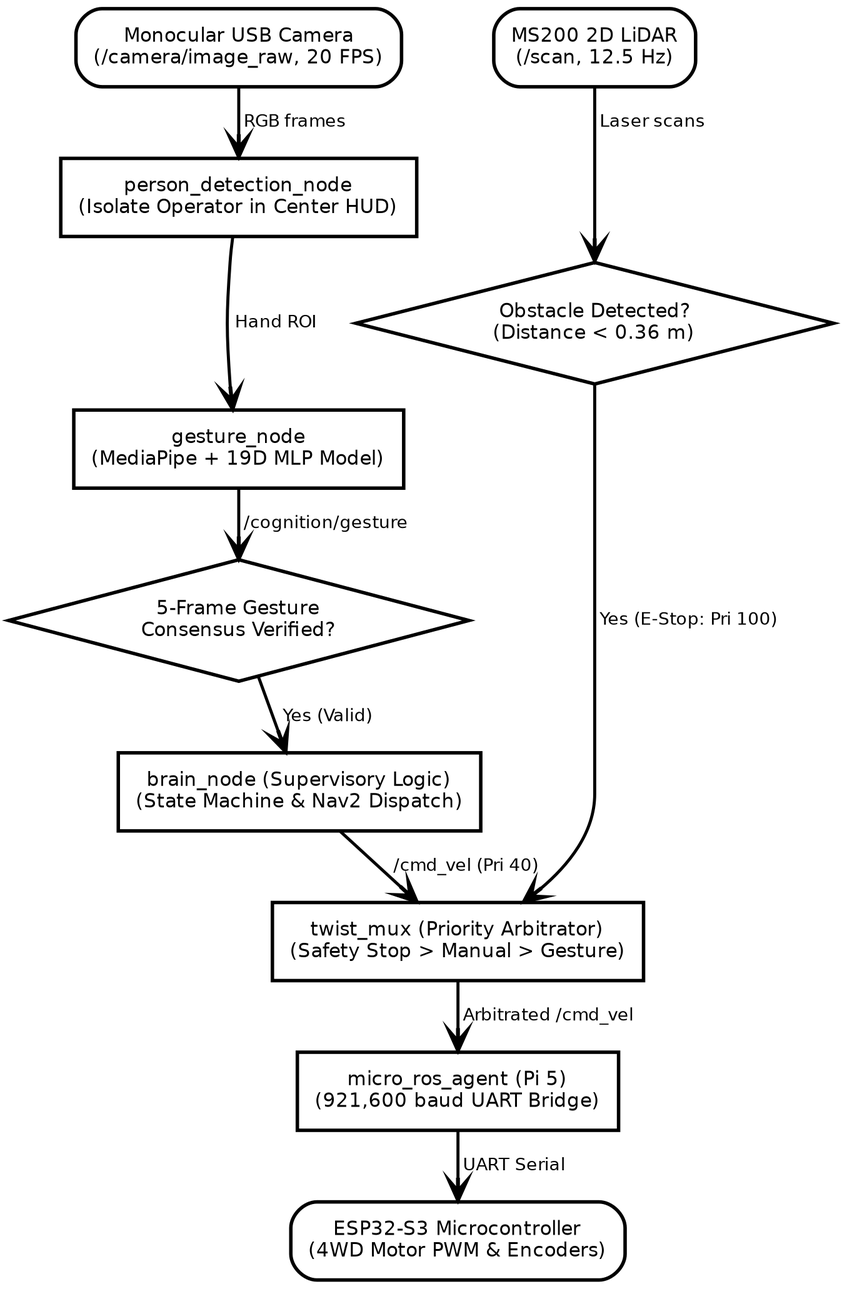
Before: write_up/figures/software_flowchart.png, a diagram exported from Graphviz (AJFACULTY/Intention-Recognition). Its source is kept beside it as write_up/figures/software_flowchart.dot.
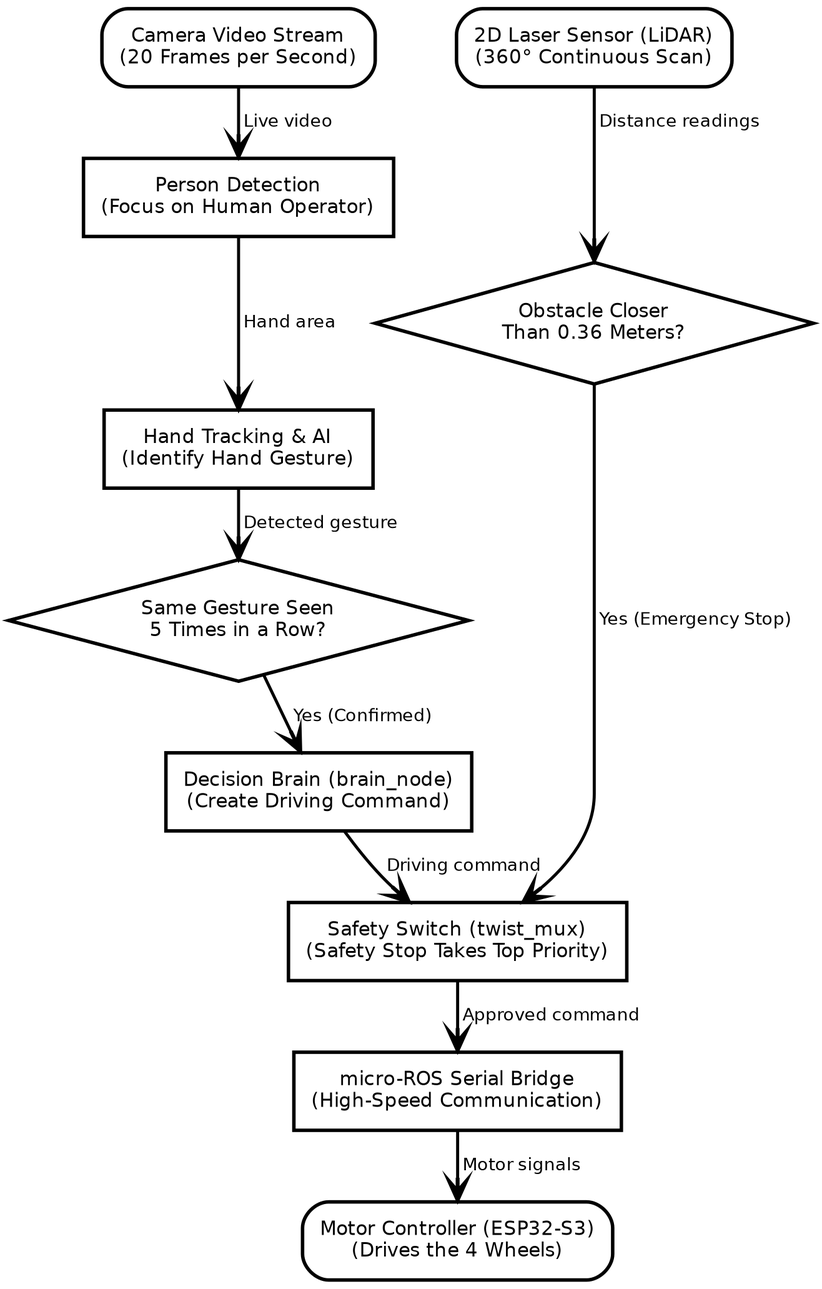
After the change.

Commit message:
fix(slides): translate Slide 8 text and flowchart into plain English without jargon

Change to the diagram source:
```diff
@@ -9,31 +9,31 @@
     edge [fontname="DejaVu Sans", fontsize=8.0, color="black", penwidth=1.4, arrowhead="vee"];
 
     { rank=same;
-        cam [label="Monocular USB Camera\n(/camera/image_raw, 20 FPS)", shape=box, style="rounded,filled"];
-        lidar [label="MS200 2D LiDAR\n(/scan, 12.5 Hz)", shape=box, style="rounded,filled"];
+        cam [label="Camera Video Stream\n(20 Frames per Second)", shape=box, style="rounded,filled"];
+        lidar [label="2D Laser Sensor (LiDAR)\n(360° Continuous Scan)", shape=box, style="rounded,filled"];
     }
 
-    person [label="person_detection_node\n(Isolate Operator in Center HUD)", shape=box];
-    gesture [label="gesture_node\n(MediaPipe + 19D MLP Model)", shape=box];
-    consensus [label="5-Frame Gesture\nConsensus Verified?", shape=diamond];
+    person [label="Person Detection\n(Focus on Human Operator)", shape=box];
+    gesture [label="Hand Tracking & AI\n(Identify Hand Gesture)", shape=box];
+    consensus [label="Same Gesture Seen\n5 Times in a Row?", shape=diamond];
 
-    brain [label="brain_node (Supervisory Logic)\n(State Machine & Nav2 Dispatch)", shape=box];
-    safety [label="Obstacle Detected?\n(Distance < 0.36 m)", shape=diamond];
-    mux [label="twist_mux (Priority Arbitrator)\n(Safety Stop > Manual > Gesture)", shape=box];
+    brain [label="Decision Brain (brain_node)\n(Create Driving Command)", shape=box];
+    safety [label="Obstacle Closer\nThan 0.36 Meters?", shape=diamond];
+    mux [label="Safety Switch (twist_mux)\n(Safety Stop Takes Top Priority)", shape=box];
 
-    bridge [label="micro_ros_agent (Pi 5)\n(921,600 baud UART Bridge)", shape=box];
-    esp32 [label="ESP32-S3 Microcontroller\n(4WD Motor PWM & Encoders)", shape=box, style="rounded,filled"];
+    bridge [label="micro-ROS Serial Bridge\n(High-Speed Communication)", shape=box];
+    esp32 [label="Motor Controller (ESP32-S3)\n(Drives the 4 Wheels)", shape=box, style="rounded,filled"];
 
-    cam -> person [label=" RGB frames "];
-    person -> gesture [label=" Hand ROI "];
-    gesture -> consensus [label=" /cognition/gesture "];
+    cam -> person [label=" Live video "];
+    person -> gesture [label=" Hand area "];
+    gesture -> consensus [label=" Detected gesture "];
 
-    consensus -> brain [label=" Yes (Valid) "];
+    consensus -> brain [label=" Yes (Confirmed) "];
 
-    lidar -> safety [label=" Laser scans "];
-    safety -> mux [label=" Yes (E-Stop: Pri 100) "];
-    brain -> mux [label=" /cmd_vel (Pri 40) "];
+    lidar -> safety [label=" Distance readings "];
+    safety -> mux [label=" Yes (Emergency Stop) "];
+    brain -> mux [label=" Driving command "];
 
-    mux -> bridge [label=" Arbitrated /cmd_vel "];
-    bridge -> esp32 [label=" UART Serial "];
+    mux -> bridge [label=" Approved command "];
+    bridge -> esp32 [label=" Motor signals "];
 }
```
